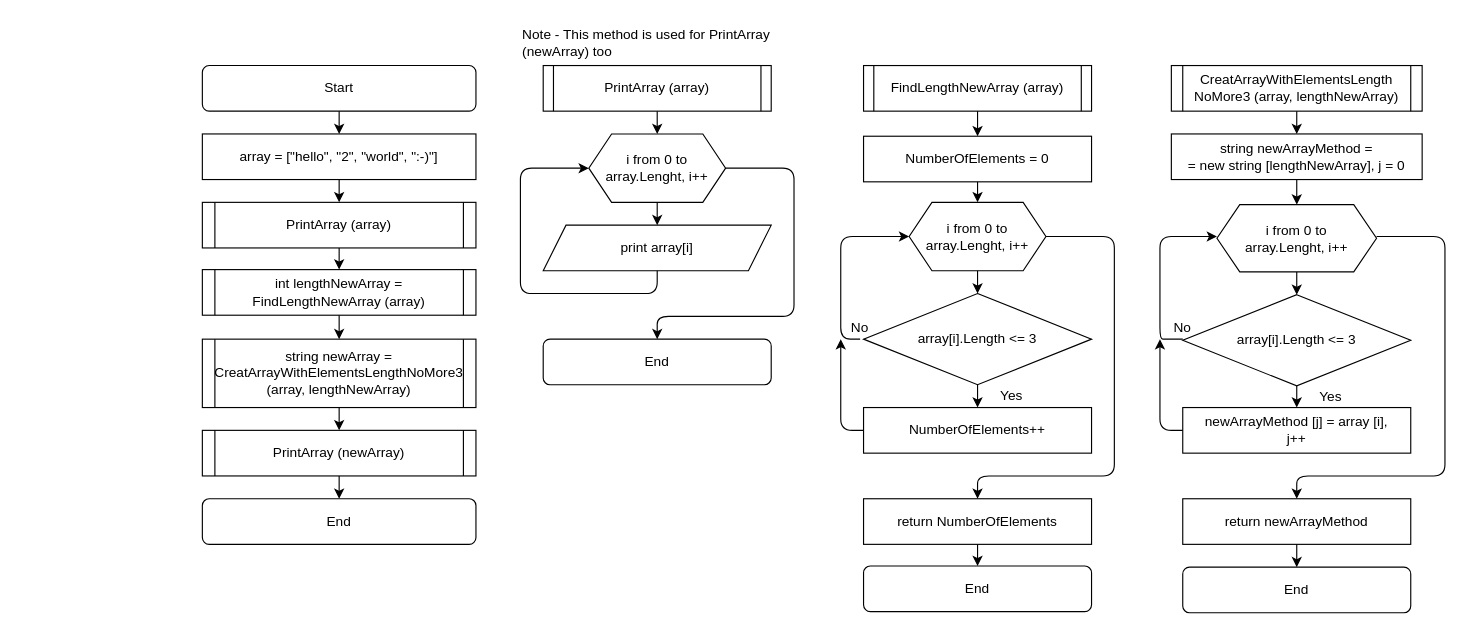
The draw.io diagram block diagram.drawio in TonyKorolev/Main-Test, before the edit. Source tidied: cells renumbered, new cells numbered last; positions are measured from the earlier drawing's top-left corner, leaving out a move shared by most shapes. Both pictures are drawn from the tidied source at 114%, with x=0, y=0 at pixel (202, 19).
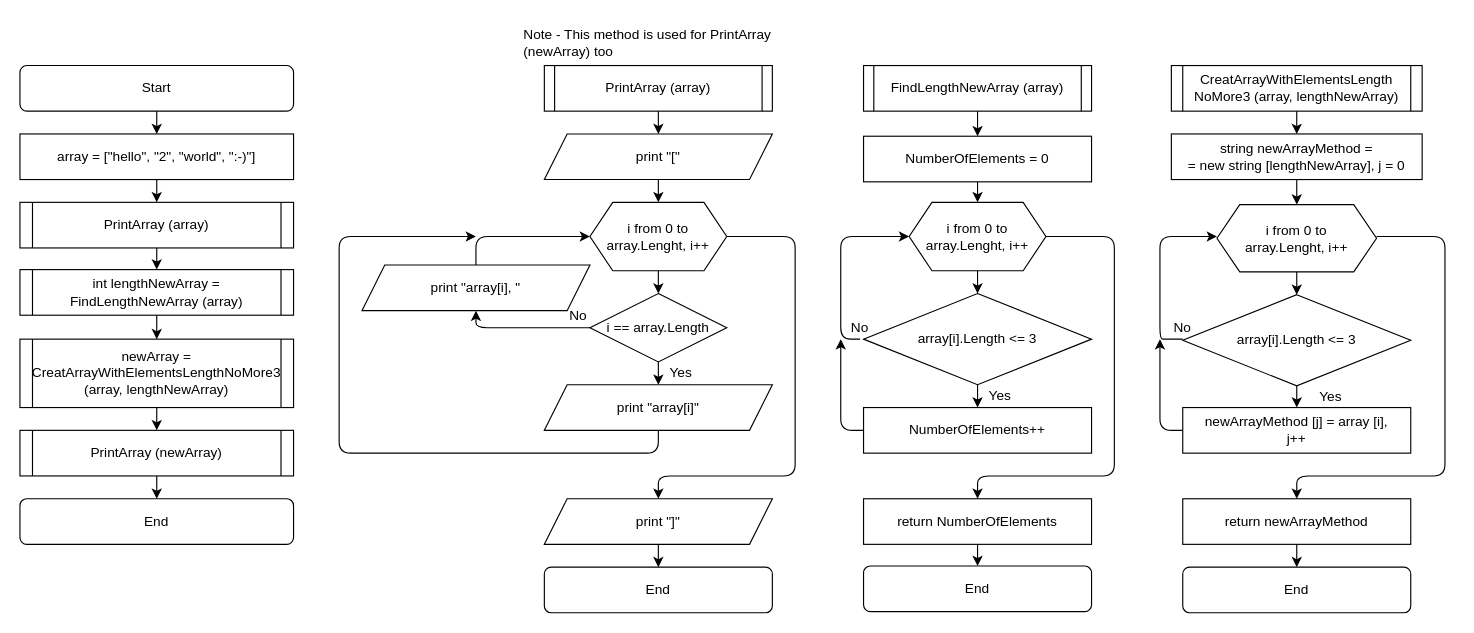
The same page after the edit.

Commit message (it also covers changes not shown here):
code and block diagram: edit PrintArray (print last elements and print [, ])

The edit, as a diff of the source:
```diff
@@
     <mxCell id="2" value="Start" style="rounded=1;whiteSpace=wrap;html=1;" parent="1" vertex="1">
-      <mxGeometry y="40" width="240" height="40" as="geometry" />
+      <mxGeometry x="-160" y="40" width="240" height="40" as="geometry" />
     </mxCell>
-    <mxCell id="3" value="string newArray = CreatArrayWithElementsLengthNoMore3&lt;br&gt;(array, lengthNewArray)" style="shape=process;whiteSpace=wrap;html=1;backgroundOutline=1;size=0.045454545454545456;" parent="1" vertex="1">
-      <mxGeometry y="280" width="240" height="60" as="geometry" />
+    <mxCell id="3" value="newArray = CreatArrayWithElementsLengthNoMore3&lt;br&gt;(array, lengthNewArray)" style="shape=process;whiteSpace=wrap;html=1;backgroundOutline=1;size=0.045454545454545456;" parent="1" vertex="1">
+      <mxGeometry x="-160" y="280" width="240" height="60" as="geometry" />
     </mxCell>
     <mxCell id="4" value="End" style="rounded=1;whiteSpace=wrap;html=1;" parent="1" vertex="1">
-      <mxGeometry y="420" width="240" height="40" as="geometry" />
+      <mxGeometry x="-160" y="420" width="240" height="40" as="geometry" />
     </mxCell>
@@
     <mxCell id="8" value="PrintArray (array)" style="shape=process;whiteSpace=wrap;html=1;backgroundOutline=1;size=0.045454545454545456;" parent="1" vertex="1">
-      <mxGeometry y="160" width="240" height="40" as="geometry" />
+      <mxGeometry x="-160" y="160" width="240" height="40" as="geometry" />
     </mxCell>
     <mxCell id="9" value="PrintArray (newArray)" style="shape=process;whiteSpace=wrap;html=1;backgroundOutline=1;size=0.045454545454545456;" parent="1" vertex="1">
-      <mxGeometry y="360" width="240" height="40" as="geometry" />
+      <mxGeometry x="-160" y="360" width="240" height="40" as="geometry" />
     </mxCell>
     <mxCell id="10" value="int lengthNewArray = FindLengthNewArray (array)" style="shape=process;whiteSpace=wrap;html=1;backgroundOutline=1;size=0.045454545454545456;" parent="1" vertex="1">
-      <mxGeometry y="219" width="240" height="40" as="geometry" />
+      <mxGeometry x="-160" y="219" width="240" height="40" as="geometry" />
     </mxCell>
@@
     <mxCell id="14" value="&lt;span&gt;i from 0 to array.Lenght, i++&lt;/span&gt;" style="shape=hexagon;perimeter=hexagonPerimeter2;whiteSpace=wrap;html=1;fixedSize=1;" parent="1" vertex="1">
-      <mxGeometry x="339" y="100" width="120" height="60" as="geometry" />
+      <mxGeometry x="340" y="160" width="120" height="60" as="geometry" />
     </mxCell>
     <mxCell id="15" value="PrintArray (array)" style="shape=process;whiteSpace=wrap;html=1;backgroundOutline=1;size=0.045;" parent="1" vertex="1">
-      <mxGeometry x="299" y="40" width="200" height="40" as="geometry" />
+      <mxGeometry x="300" y="40" width="200" height="40" as="geometry" />
     </mxCell>
-    <mxCell id="16" style="endArrow=classic;html=1;exitX=0.5;exitY=1;exitDx=0;exitDy=0;entryX=0.5;entryY=0;entryDx=0;entryDy=0;" parent="1" edge="1" source="15" target="14">
-      <mxGeometry relative="1" as="geometry" />
-    </mxCell>
-    <mxCell id="17" value="print array[i]" style="shape=parallelogram;perimeter=parallelogramPerimeter;whiteSpace=wrap;html=1;fixedSize=1;" parent="1" vertex="1">
-      <mxGeometry x="299" y="180" width="200" height="40" as="geometry" />
+    <mxCell id="17" value="print &quot;array[i], &quot;" style="shape=parallelogram;perimeter=parallelogramPerimeter;whiteSpace=wrap;html=1;fixedSize=1;" parent="1" vertex="1">
+      <mxGeometry x="140" y="215" width="200" height="40" as="geometry" />
     </mxCell>
-    <mxCell id="18" style="endArrow=classic;html=1;exitX=0.5;exitY=1;exitDx=0;exitDy=0;entryX=0.5;entryY=0;entryDx=0;entryDy=0;" parent="1" edge="1" source="14" target="17">
-      <mxGeometry relative="1" as="geometry" />
-    </mxCell>
     <mxCell id="19" value="End" style="rounded=1;whiteSpace=wrap;html=1;" parent="1" vertex="1">
-      <mxGeometry x="299" y="280" width="200" height="40" as="geometry" />
+      <mxGeometry x="300" y="480" width="200" height="40" as="geometry" />
     </mxCell>
-    <mxCell id="20" style="endArrow=classic;html=1;entryX=0;entryY=0.5;entryDx=0;entryDy=0;exitX=0.5;exitY=1;exitDx=0;exitDy=0;" parent="1" edge="1" source="17" target="14">
-      <mxGeometry relative="1" as="geometry">
-        <Array as="points">
-          <mxPoint x="399" y="240" />
-          <mxPoint x="279" y="240" />
-          <mxPoint x="279" y="210" />
-          <mxPoint x="279" y="130" />
-        </Array>
-      </mxGeometry>
-    </mxCell>
-    <mxCell id="21" style="endArrow=classic;html=1;exitX=1;exitY=0.5;exitDx=0;exitDy=0;entryX=0.5;entryY=0;entryDx=0;entryDy=0;" parent="1" edge="1" source="14" target="19">
-      <mxGeometry relative="1" as="geometry">
-        <Array as="points">
-          <mxPoint x="519" y="130" />
-          <mxPoint x="519" y="260" />
-          <mxPoint x="399" y="260" />
-        </Array>
-      </mxGeometry>
-    </mxCell>
     <mxCell id="22" value="Note - This method is used for PrintArray (newArray) too" style="text;html=1;strokeColor=none;fillColor=none;align=left;verticalAlign=middle;whiteSpace=wrap;rounded=0;" parent="1" vertex="1">
-      <mxGeometry x="278.5" width="241" height="40" as="geometry" />
+      <mxGeometry x="280" width="240" height="40" as="geometry" />
     </mxCell>
@@
     <mxCell id="32" value="Yes" style="text;html=1;strokeColor=none;fillColor=none;align=center;verticalAlign=middle;whiteSpace=wrap;rounded=0;" parent="1" vertex="1">
-      <mxGeometry x="690" y="320" width="40" height="20" as="geometry" />
+      <mxGeometry x="680" y="320" width="40" height="20" as="geometry" />
     </mxCell>
@@
     <mxCell id="57" value="&lt;span&gt;array =&lt;/span&gt;&lt;span&gt;&amp;nbsp;[&quot;hello&quot;, &quot;2&quot;, &quot;world&quot;, &quot;:-)&quot;]&lt;/span&gt;" style="rounded=0;whiteSpace=wrap;html=1;" parent="1" vertex="1">
-      <mxGeometry y="100" width="240" height="40" as="geometry" />
+      <mxGeometry x="-160" y="100" width="240" height="40" as="geometry" />
     </mxCell>
+    <mxCell id="58" value="print &quot;[&quot;" style="shape=parallelogram;perimeter=parallelogramPerimeter;whiteSpace=wrap;html=1;fixedSize=1;" parent="1" vertex="1">
+      <mxGeometry x="300" y="100" width="200" height="40" as="geometry" />
+    </mxCell>
+    <mxCell id="59" style="endArrow=classic;html=1;exitX=0.5;exitY=1;exitDx=0;exitDy=0;entryX=0.5;entryY=0;entryDx=0;entryDy=0;" parent="1" edge="1" source="15" target="58">
+      <mxGeometry relative="1" as="geometry" />
+    </mxCell>
+    <mxCell id="60" style="endArrow=classic;html=1;exitX=0.5;exitY=1;exitDx=0;exitDy=0;entryX=0.5;entryY=0;entryDx=0;entryDy=0;" parent="1" edge="1" source="58" target="14">
+      <mxGeometry relative="1" as="geometry" />
+    </mxCell>
+    <mxCell id="61" value="i == array.Length" style="rhombus;whiteSpace=wrap;html=1;" parent="1" vertex="1">
+      <mxGeometry x="340" y="240" width="120" height="60" as="geometry" />
+    </mxCell>
+    <mxCell id="62" style="endArrow=classic;html=1;exitX=0.5;exitY=1;exitDx=0;exitDy=0;entryX=0.5;entryY=0;entryDx=0;entryDy=0;" parent="1" edge="1" source="14" target="61">
+      <mxGeometry relative="1" as="geometry" />
+    </mxCell>
+    <mxCell id="63" value="print &quot;array[i]&quot;" style="shape=parallelogram;perimeter=parallelogramPerimeter;whiteSpace=wrap;html=1;fixedSize=1;" parent="1" vertex="1">
+      <mxGeometry x="300" y="320" width="200" height="40" as="geometry" />
+    </mxCell>
+    <mxCell id="64" style="endArrow=classic;html=1;exitX=0.5;exitY=1;exitDx=0;exitDy=0;entryX=0.5;entryY=0;entryDx=0;entryDy=0;" parent="1" edge="1" source="61" target="63">
+      <mxGeometry relative="1" as="geometry" />
+    </mxCell>
+    <mxCell id="65" value="Yes" style="text;html=1;strokeColor=none;fillColor=none;align=center;verticalAlign=middle;whiteSpace=wrap;rounded=0;" parent="1" vertex="1">
+      <mxGeometry x="400" y="300" width="40" height="20" as="geometry" />
+    </mxCell>
+    <mxCell id="66" value="No" style="text;html=1;strokeColor=none;fillColor=none;align=center;verticalAlign=middle;whiteSpace=wrap;rounded=0;" parent="1" vertex="1">
+      <mxGeometry x="310" y="250" width="40" height="20" as="geometry" />
+    </mxCell>
+    <mxCell id="67" style="endArrow=classic;html=1;exitX=0.75;exitY=1;exitDx=0;exitDy=0;entryX=0.5;entryY=1;entryDx=0;entryDy=0;" parent="1" edge="1" source="66" target="17">
+      <mxGeometry relative="1" as="geometry">
+        <Array as="points">
+          <mxPoint x="240" y="270" />
+        </Array>
+      </mxGeometry>
+    </mxCell>
+    <mxCell id="20" style="endArrow=classic;html=1;exitX=0.5;exitY=0;exitDx=0;exitDy=0;entryX=0;entryY=0.5;entryDx=0;entryDy=0;" parent="1" edge="1" source="17" target="14">
+      <mxGeometry relative="1" as="geometry">
+        <Array as="points">
+          <mxPoint x="240" y="190" />
+        </Array>
+      </mxGeometry>
+    </mxCell>
+    <mxCell id="68" style="endArrow=classic;html=1;exitX=0.5;exitY=1;exitDx=0;exitDy=0;" parent="1" edge="1" source="63">
+      <mxGeometry relative="1" as="geometry">
+        <mxPoint x="240" y="190" as="targetPoint" />
+        <Array as="points">
+          <mxPoint x="400" y="380" />
+          <mxPoint x="120" y="380" />
+          <mxPoint x="120" y="290" />
+          <mxPoint x="120" y="190" />
+        </Array>
+      </mxGeometry>
+    </mxCell>
+    <mxCell id="69" value="print &quot;]&quot;" style="shape=parallelogram;perimeter=parallelogramPerimeter;whiteSpace=wrap;html=1;fixedSize=1;" parent="1" vertex="1">
+      <mxGeometry x="300" y="420" width="200" height="40" as="geometry" />
+    </mxCell>
+    <mxCell id="70" style="endArrow=classic;html=1;exitX=1;exitY=0.5;exitDx=0;exitDy=0;entryX=0.5;entryY=0;entryDx=0;entryDy=0;" parent="1" edge="1" source="14" target="69">
+      <mxGeometry relative="1" as="geometry">
+        <Array as="points">
+          <mxPoint x="520" y="190" />
+          <mxPoint x="520" y="400" />
+          <mxPoint x="400" y="400" />
+        </Array>
+      </mxGeometry>
+    </mxCell>
+    <mxCell id="71" style="endArrow=classic;html=1;exitX=0.5;exitY=1;exitDx=0;exitDy=0;entryX=0.5;entryY=0;entryDx=0;entryDy=0;" parent="1" edge="1" source="69" target="19">
+      <mxGeometry relative="1" as="geometry" />
+    </mxCell>
```
